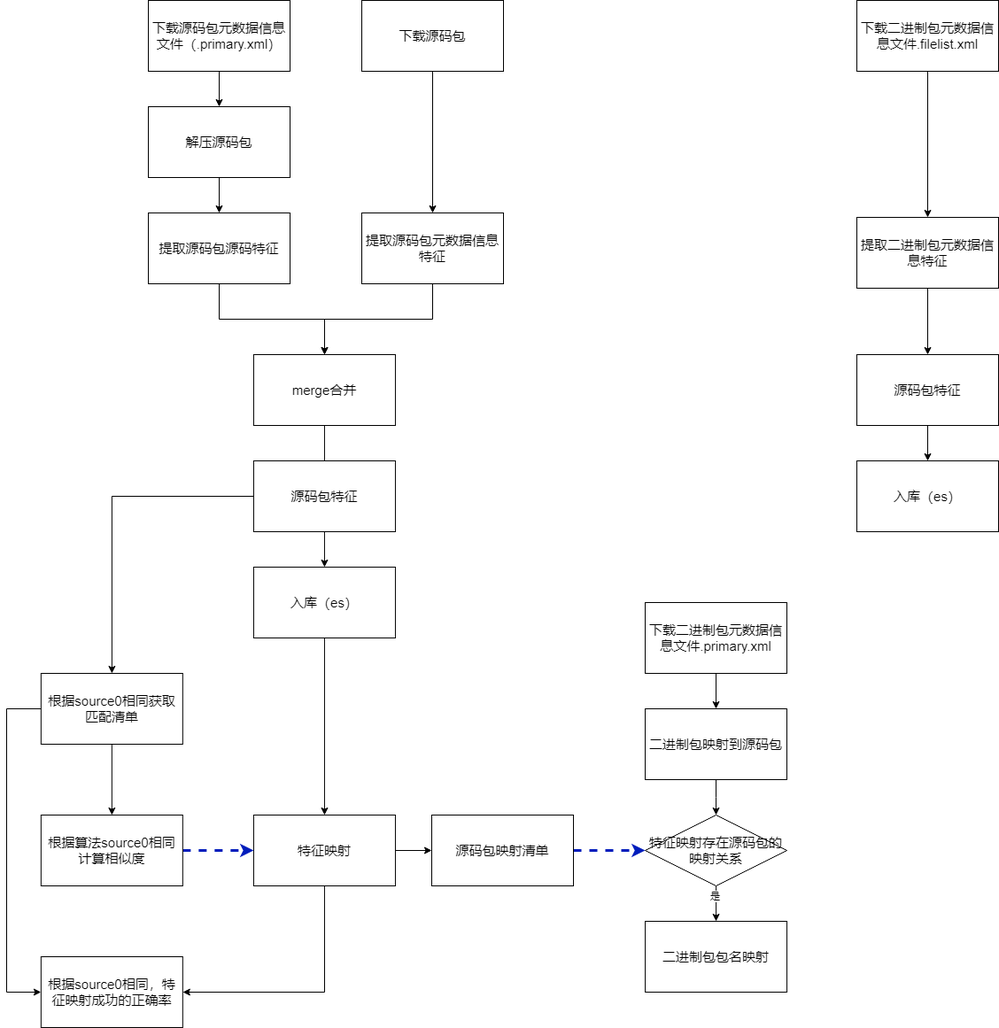
This is easypackages/doc/image/package_mapping/包名映射流程图.png from opensourceways/easypackages, a draw.io export, as it was before one commit. Source tidied: cells renumbered, new cells last; positions are measured from the earlier drawing's top-left corner, leaving out a move shared by most shapes. Source of this version:
```xml
<mxGraphModel>
  <root>
    <mxCell id="0" />
    <mxCell id="1" parent="0" />
    <mxCell id="2" style="edgeStyle=orthogonalEdgeStyle;rounded=0;jettySize=auto;html=1;entryX=0.5;entryY=0;entryDx=0;entryDy=0;" parent="1" edge="1" source="3" target="5">
      <mxGeometry relative="1" as="geometry" />
    </mxCell>
    <mxCell id="3" value="下载源码包元数据信息文件（.primary.xml）" style="rounded=0;whiteSpace=wrap;html=1;fontSize=15;" parent="1" vertex="1">
      <mxGeometry x="160" width="160" height="80" as="geometry" />
    </mxCell>
    <mxCell id="4" style="edgeStyle=orthogonalEdgeStyle;rounded=0;jettySize=auto;html=1;entryX=0.5;entryY=0;entryDx=0;entryDy=0;" parent="1" edge="1" source="5" target="11">
      <mxGeometry relative="1" as="geometry" />
    </mxCell>
    <mxCell id="5" value="解压源码包" style="rounded=0;whiteSpace=wrap;html=1;fontSize=15;" parent="1" vertex="1">
      <mxGeometry x="160" y="120" width="160" height="80" as="geometry" />
    </mxCell>
    <mxCell id="6" style="edgeStyle=orthogonalEdgeStyle;rounded=0;jettySize=auto;html=1;" parent="1" edge="1" source="7" target="13">
      <mxGeometry relative="1" as="geometry" />
    </mxCell>
    <mxCell id="7" value="下载源码包" style="rounded=0;whiteSpace=wrap;html=1;fontSize=15;" parent="1" vertex="1">
      <mxGeometry x="401" width="160" height="80" as="geometry" />
    </mxCell>
    <mxCell id="8" style="edgeStyle=orthogonalEdgeStyle;rounded=0;jettySize=auto;html=1;" parent="1" edge="1" source="9" target="35">
      <mxGeometry relative="1" as="geometry" />
    </mxCell>
    <mxCell id="9" value="下载二进制包元数据信息文件.primary.xml" style="rounded=0;whiteSpace=wrap;html=1;fontSize=15;" parent="1" vertex="1">
      <mxGeometry x="721" y="680" width="160" height="80" as="geometry" />
    </mxCell>
    <mxCell id="10" style="edgeStyle=orthogonalEdgeStyle;rounded=0;jettySize=auto;html=1;entryX=0.5;entryY=0;entryDx=0;entryDy=0;" parent="1" edge="1" source="11" target="16">
      <mxGeometry relative="1" as="geometry" />
    </mxCell>
    <mxCell id="11" value="提取源码包源码特征" style="rounded=0;whiteSpace=wrap;html=1;fontSize=15;" parent="1" vertex="1">
      <mxGeometry x="160" y="240" width="160" height="80" as="geometry" />
    </mxCell>
    <mxCell id="12" style="edgeStyle=orthogonalEdgeStyle;rounded=0;jettySize=auto;html=1;" parent="1" edge="1" source="13" target="16">
      <mxGeometry relative="1" as="geometry" />
    </mxCell>
    <mxCell id="13" value="提取源码包元数据信息特征" style="rounded=0;whiteSpace=wrap;html=1;fontSize=15;" parent="1" vertex="1">
      <mxGeometry x="401" y="240" width="160" height="80" as="geometry" />
    </mxCell>
    <mxCell id="14" style="edgeStyle=orthogonalEdgeStyle;rounded=0;jettySize=auto;html=1;entryX=0.5;entryY=0;entryDx=0;entryDy=0;" parent="1" edge="1" source="16" target="18">
      <mxGeometry relative="1" as="geometry" />
    </mxCell>
    <mxCell id="15" style="edgeStyle=orthogonalEdgeStyle;rounded=0;jettySize=auto;html=1;exitX=0;exitY=0.5;exitDx=0;exitDy=0;" parent="1" edge="1" source="42" target="25">
      <mxGeometry relative="1" as="geometry" />
    </mxCell>
    <mxCell id="16" value="merge合并" style="rounded=0;whiteSpace=wrap;html=1;fontSize=15;" parent="1" vertex="1">
      <mxGeometry x="279" y="400" width="160" height="80" as="geometry" />
    </mxCell>
    <mxCell id="17" style="edgeStyle=orthogonalEdgeStyle;rounded=0;jettySize=auto;html=1;entryX=0.5;entryY=0;entryDx=0;entryDy=0;" parent="1" edge="1" source="18" target="22">
      <mxGeometry relative="1" as="geometry" />
    </mxCell>
    <mxCell id="18" value="入库（es）" style="rounded=0;whiteSpace=wrap;html=1;fontSize=15;" parent="1" vertex="1">
      <mxGeometry x="279" y="640" width="160" height="80" as="geometry" />
    </mxCell>
    <mxCell id="19" style="edgeStyle=orthogonalEdgeStyle;rounded=0;jettySize=auto;html=1;entryX=1;entryY=0.5;entryDx=0;entryDy=0;exitX=0.5;exitY=1;exitDx=0;exitDy=0;" parent="1" edge="1" source="22" target="28">
      <mxGeometry relative="1" as="geometry" />
    </mxCell>
    <mxCell id="20" style="edgeStyle=orthogonalEdgeStyle;rounded=0;jettySize=auto;html=1;entryX=0;entryY=0.5;entryDx=0;entryDy=0;dashed=1;strokeColor=#001DBC;strokeWidth=3;align=center;verticalAlign=middle;fontFamily=Helvetica;fontSize=11;fontColor=default;labelBackgroundColor=default;endArrow=classic;fillColor=#0050ef;exitX=1;exitY=0.5;exitDx=0;exitDy=0;" parent="1" edge="1" source="43" target="38">
      <mxGeometry relative="1" as="geometry" />
    </mxCell>
    <mxCell id="21" style="edgeStyle=orthogonalEdgeStyle;rounded=0;jettySize=auto;html=1;entryX=0;entryY=0.5;entryDx=0;entryDy=0;" parent="1" edge="1" source="22" target="43">
      <mxGeometry relative="1" as="geometry" />
    </mxCell>
    <mxCell id="22" value="特征映射" style="rounded=0;whiteSpace=wrap;html=1;fontSize=15;" parent="1" vertex="1">
      <mxGeometry x="279" y="920" width="160" height="80" as="geometry" />
    </mxCell>
    <mxCell id="23" style="edgeStyle=orthogonalEdgeStyle;rounded=0;jettySize=auto;html=1;entryX=0.5;entryY=0;entryDx=0;entryDy=0;" parent="1" edge="1" source="25" target="27">
      <mxGeometry relative="1" as="geometry" />
    </mxCell>
    <mxCell id="24" style="edgeStyle=orthogonalEdgeStyle;rounded=0;jettySize=auto;html=1;entryX=0;entryY=0.5;entryDx=0;entryDy=0;exitX=0;exitY=0.5;exitDx=0;exitDy=0;" parent="1" edge="1" source="25" target="28">
      <mxGeometry relative="1" as="geometry">
        <Array as="points">
          <mxPoint y="800" />
          <mxPoint y="1120" />
        </Array>
      </mxGeometry>
    </mxCell>
    <mxCell id="25" value="根据source0相同获取匹配清单" style="rounded=0;whiteSpace=wrap;html=1;fontSize=15;" parent="1" vertex="1">
      <mxGeometry x="38.9" y="760" width="160" height="80" as="geometry" />
    </mxCell>
    <mxCell id="26" style="edgeStyle=orthogonalEdgeStyle;rounded=0;jettySize=auto;html=1;entryX=0;entryY=0.5;entryDx=0;entryDy=0;dashed=1;strokeColor=#001DBC;strokeWidth=3;align=center;verticalAlign=middle;fontFamily=Helvetica;fontSize=11;fontColor=default;labelBackgroundColor=default;endArrow=classic;fillColor=#0050ef;" parent="1" edge="1" source="27" target="22">
      <mxGeometry relative="1" as="geometry" />
    </mxCell>
    <mxCell id="27" value="根据算法source0相同&lt;div&gt;计算相似度&lt;/div&gt;" style="rounded=0;whiteSpace=wrap;html=1;fontSize=15;" parent="1" vertex="1">
      <mxGeometry x="38.9" y="920" width="160" height="80" as="geometry" />
    </mxCell>
    <mxCell id="28" value="根据source0相同，特征映射成功的正确率" style="rounded=0;whiteSpace=wrap;html=1;fontSize=15;" parent="1" vertex="1">
      <mxGeometry x="38.9" y="1080" width="160" height="80" as="geometry" />
    </mxCell>
    <mxCell id="29" value="二进制包包名映射" style="rounded=0;whiteSpace=wrap;html=1;fontSize=15;" parent="1" vertex="1">
      <mxGeometry x="721.1" y="1040" width="160" height="80" as="geometry" />
    </mxCell>
    <mxCell id="30" style="edgeStyle=orthogonalEdgeStyle;rounded=0;jettySize=auto;html=1;entryX=0.5;entryY=0;entryDx=0;entryDy=0;" parent="1" edge="1" source="31" target="40">
      <mxGeometry relative="1" as="geometry" />
    </mxCell>
    <mxCell id="31" value="提取二进制包元数据信息特征" style="rounded=0;whiteSpace=wrap;html=1;fontSize=15;" parent="1" vertex="1">
      <mxGeometry x="960" y="245" width="160" height="80" as="geometry" />
    </mxCell>
    <mxCell id="32" style="edgeStyle=orthogonalEdgeStyle;rounded=0;jettySize=auto;html=1;entryX=0.5;entryY=0;entryDx=0;entryDy=0;" parent="1" edge="1" source="33" target="31">
      <mxGeometry relative="1" as="geometry" />
    </mxCell>
    <mxCell id="33" value="下载二进制包元数据信息文件.filelist.xml" style="rounded=0;whiteSpace=wrap;html=1;fontSize=15;" parent="1" vertex="1">
      <mxGeometry x="960" width="160" height="80" as="geometry" />
    </mxCell>
    <mxCell id="34" style="edgeStyle=orthogonalEdgeStyle;rounded=0;jettySize=auto;html=1;entryX=0.5;entryY=0;entryDx=0;entryDy=0;" parent="1" edge="1" source="35" target="38">
      <mxGeometry relative="1" as="geometry" />
    </mxCell>
    <mxCell id="35" value="二进制包映射到源码包" style="rounded=0;whiteSpace=wrap;html=1;fontSize=15;" parent="1" vertex="1">
      <mxGeometry x="721" y="800" width="160" height="80" as="geometry" />
    </mxCell>
    <mxCell id="36" style="edgeStyle=orthogonalEdgeStyle;rounded=0;jettySize=auto;html=1;entryX=0.5;entryY=0;entryDx=0;entryDy=0;" parent="1" edge="1" source="38" target="29">
      <mxGeometry relative="1" as="geometry" />
    </mxCell>
    <mxCell id="37" value="是" style="edgeLabel;html=1;align=center;verticalAlign=middle;" parent="36" vertex="1">
      <mxGeometry x="-0.45" y="-2" relative="1" as="geometry" />
    </mxCell>
    <mxCell id="38" value="特征映射存在源码包的映射关系" style="rhombus;whiteSpace=wrap;html=1;fontSize=15;" parent="1" vertex="1">
      <mxGeometry x="721" y="920" width="160" height="80" as="geometry" />
    </mxCell>
    <mxCell id="39" style="edgeStyle=orthogonalEdgeStyle;rounded=0;jettySize=auto;html=1;entryX=0.5;entryY=0;entryDx=0;entryDy=0;" parent="1" edge="1" source="40" target="41">
      <mxGeometry relative="1" as="geometry" />
    </mxCell>
    <mxCell id="40" value="源码包特征" style="rounded=0;whiteSpace=wrap;html=1;fontSize=15;" parent="1" vertex="1">
      <mxGeometry x="960" y="400" width="160" height="80" as="geometry" />
    </mxCell>
    <mxCell id="41" value="入库（es）" style="rounded=0;whiteSpace=wrap;html=1;fontSize=15;" parent="1" vertex="1">
      <mxGeometry x="960" y="520" width="160" height="80" as="geometry" />
    </mxCell>
    <mxCell id="42" value="源码包特征" style="rounded=0;whiteSpace=wrap;html=1;fontSize=15;" parent="1" vertex="1">
      <mxGeometry x="279" y="520" width="160" height="80" as="geometry" />
    </mxCell>
    <mxCell id="43" value="源码包映射清单" style="rounded=0;whiteSpace=wrap;html=1;fontSize=15;" parent="1" vertex="1">
      <mxGeometry x="480" y="920" width="160" height="80" as="geometry" />
    </mxCell>
  </root>
</mxGraphModel>
```
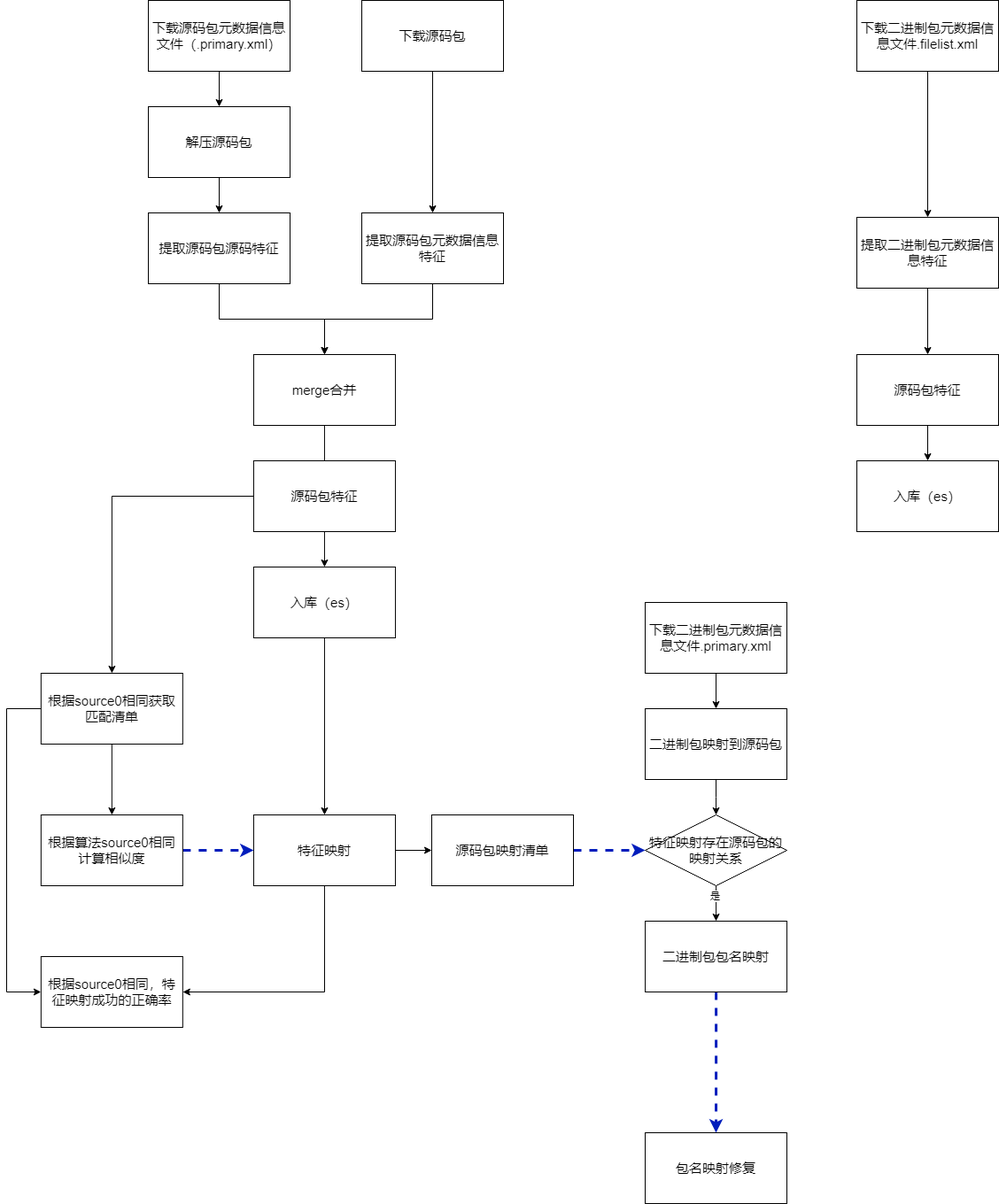
After the commit.

Commit message:
【包名映射】流程图

Diff of the diagram source:
```diff
@@ -88,6 +88,9 @@
     <mxCell id="28" value="根据source0相同，特征映射成功的正确率" style="rounded=0;whiteSpace=wrap;html=1;fontSize=15;" parent="1" vertex="1">
       <mxGeometry x="38.9" y="1080" width="160" height="80" as="geometry" />
     </mxCell>
+    <mxCell id="44" style="edgeStyle=orthogonalEdgeStyle;rounded=0;jettySize=auto;html=1;entryX=0.5;entryY=0;entryDx=0;entryDy=0;dashed=1;strokeColor=#001DBC;strokeWidth=3;align=center;verticalAlign=middle;fontFamily=Helvetica;fontSize=11;fontColor=default;labelBackgroundColor=default;endArrow=classic;fillColor=#0050ef;" parent="1" edge="1" source="29" target="45">
+      <mxGeometry relative="1" as="geometry" />
+    </mxCell>
     <mxCell id="29" value="二进制包包名映射" style="rounded=0;whiteSpace=wrap;html=1;fontSize=15;" parent="1" vertex="1">
       <mxGeometry x="721.1" y="1040" width="160" height="80" as="geometry" />
     </mxCell>
@@ -133,5 +136,8 @@
     <mxCell id="43" value="源码包映射清单" style="rounded=0;whiteSpace=wrap;html=1;fontSize=15;" parent="1" vertex="1">
       <mxGeometry x="480" y="920" width="160" height="80" as="geometry" />
     </mxCell>
+    <mxCell id="45" value="包名映射修复" style="rounded=0;whiteSpace=wrap;html=1;fontSize=15;" parent="1" vertex="1">
+      <mxGeometry x="721" y="1279" width="160" height="80" as="geometry" />
+    </mxCell>
   </root>
 </mxGraphModel>
```
